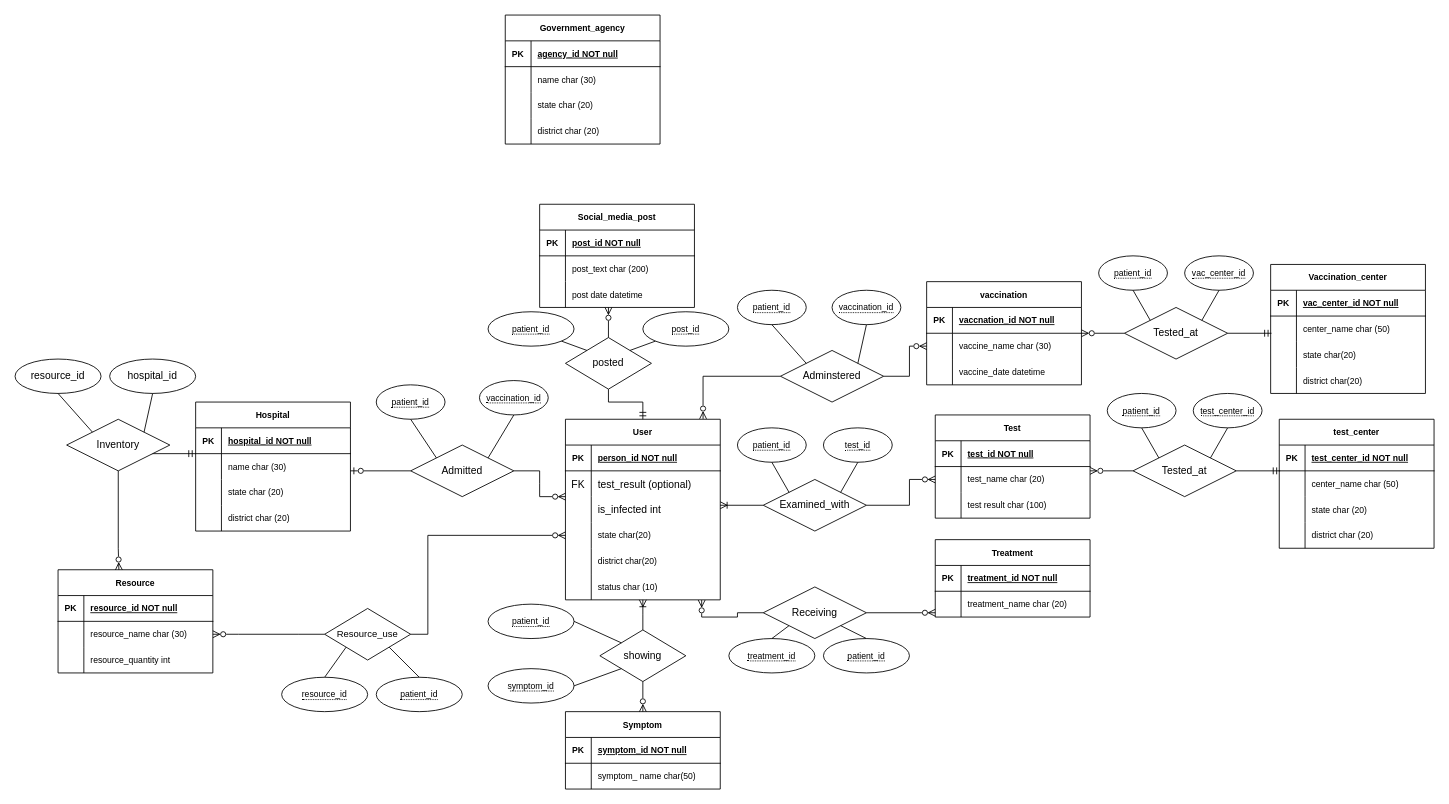
Above: DBMS_Lab/ER.drawio in nespar7/Spring_23 (draw.io), before the change. Source tidied: cells renumbered, new cells numbered last; positions are measured from the earlier drawing's top-left corner, leaving out a move shared by most shapes. Both pictures are drawn from the tidied source at 86%, with x=0, y=0 at pixel (15, 15).
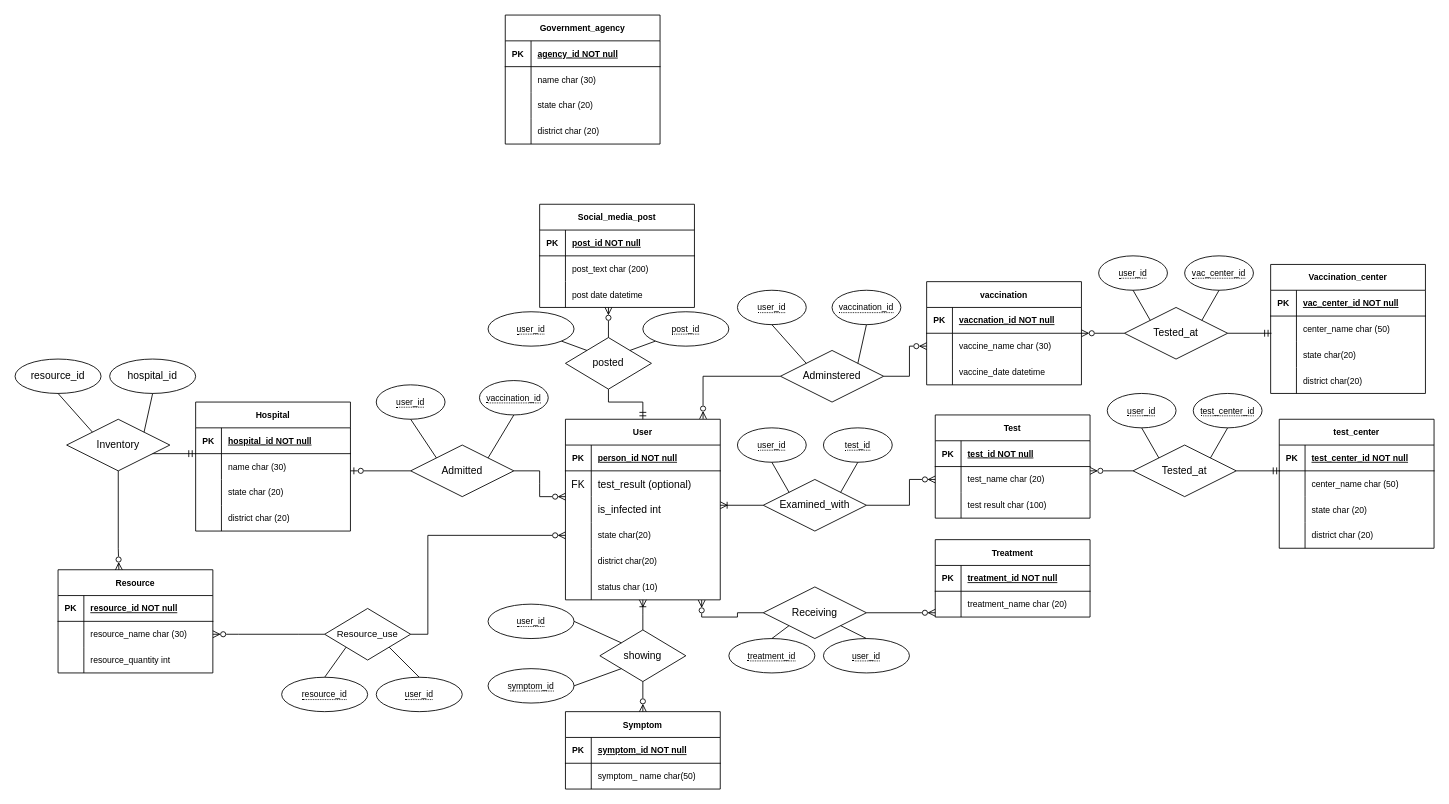
Above is the later version.

Commit message:
changed patient_id to user_id

The edit, as a diff of the source:
```diff
@@
-    <mxCell id="4" value="&lt;span style=&quot;border-bottom: 1px dotted&quot;&gt;patient_id&lt;/span&gt;" style="ellipse;whiteSpace=wrap;html=1;align=center;fontSize=10;" parent="1" vertex="1">
+    <mxCell id="4" value="&lt;span style=&quot;border-bottom: 1px dotted&quot;&gt;user_id&lt;/span&gt;" style="ellipse;whiteSpace=wrap;html=1;align=center;fontSize=10;" parent="1" vertex="1">
       <mxGeometry x="550" y="685" width="100" height="40" as="geometry" />
     </mxCell>
@@
-    <mxCell id="7" value="&lt;span style=&quot;border-bottom: 1px dotted&quot;&gt;patient_id&lt;/span&gt;" style="ellipse;whiteSpace=wrap;html=1;align=center;fontSize=10;rotation=0;" parent="1" vertex="1">
+    <mxCell id="7" value="&lt;span style=&quot;border-bottom: 1px dotted&quot;&gt;user_id&lt;/span&gt;" style="ellipse;whiteSpace=wrap;html=1;align=center;fontSize=10;rotation=0;" parent="1" vertex="1">
       <mxGeometry x="420" y="770" width="100" height="40" as="geometry" />
     </mxCell>
@@
-    <mxCell id="9" value="&lt;span style=&quot;border-bottom: 1px dotted&quot;&gt;patient_id&lt;/span&gt;" style="ellipse;whiteSpace=wrap;html=1;align=center;fontSize=10;rotation=0;" parent="1" vertex="1">
+    <mxCell id="9" value="&lt;span style=&quot;border-bottom: 1px dotted&quot;&gt;user_id&lt;/span&gt;" style="ellipse;whiteSpace=wrap;html=1;align=center;fontSize=10;rotation=0;" parent="1" vertex="1">
       <mxGeometry x="940" y="725" width="100" height="40" as="geometry" />
     </mxCell>
@@
-    <mxCell id="150" value="&lt;span style=&quot;border-bottom: 1px dotted&quot;&gt;patient_id&lt;/span&gt;" style="ellipse;whiteSpace=wrap;html=1;align=center;fontSize=10;rotation=0;" parent="1" vertex="1">
+    <mxCell id="150" value="&lt;span style=&quot;border-bottom: 1px dotted&quot;&gt;user_id&lt;/span&gt;" style="ellipse;whiteSpace=wrap;html=1;align=center;fontSize=10;rotation=0;" parent="1" vertex="1">
       <mxGeometry x="840" y="480" width="80" height="40" as="geometry" />
     </mxCell>
@@
-    <mxCell id="154" value="&lt;span style=&quot;border-bottom: 1px dotted&quot;&gt;patient_id&lt;/span&gt;" style="ellipse;whiteSpace=wrap;html=1;align=center;fontSize=10;rotation=0;" parent="1" vertex="1">
+    <mxCell id="154" value="&lt;span style=&quot;border-bottom: 1px dotted&quot;&gt;user_id&lt;/span&gt;" style="ellipse;whiteSpace=wrap;html=1;align=center;fontSize=10;rotation=0;" parent="1" vertex="1">
       <mxGeometry x="840" y="320" width="80" height="40" as="geometry" />
     </mxCell>
@@
-    <mxCell id="159" value="&lt;span style=&quot;border-bottom: 1px dotted&quot;&gt;patient_id&lt;/span&gt;" style="ellipse;whiteSpace=wrap;html=1;align=center;fontSize=10;rotation=0;" parent="1" vertex="1">
+    <mxCell id="159" value="&lt;span style=&quot;border-bottom: 1px dotted&quot;&gt;user_id&lt;/span&gt;" style="ellipse;whiteSpace=wrap;html=1;align=center;fontSize=10;rotation=0;" parent="1" vertex="1">
       <mxGeometry x="420" y="430" width="80" height="40" as="geometry" />
     </mxCell>
@@
-    <mxCell id="170" value="&lt;span style=&quot;border-bottom: 1px dotted&quot;&gt;patient_id&lt;/span&gt;" style="ellipse;whiteSpace=wrap;html=1;align=center;fontSize=10;rotation=0;" parent="1" vertex="1">
+    <mxCell id="170" value="&lt;span style=&quot;border-bottom: 1px dotted&quot;&gt;user_id&lt;/span&gt;" style="ellipse;whiteSpace=wrap;html=1;align=center;fontSize=10;rotation=0;" parent="1" vertex="1">
       <mxGeometry x="1270" y="440" width="80" height="40" as="geometry" />
     </mxCell>
@@
-    <mxCell id="177" value="&lt;span style=&quot;border-bottom: 1px dotted&quot;&gt;patient_id&lt;/span&gt;" style="ellipse;whiteSpace=wrap;html=1;align=center;fontSize=10;rotation=0;" parent="1" vertex="1">
+    <mxCell id="177" value="&lt;span style=&quot;border-bottom: 1px dotted&quot;&gt;user_id&lt;/span&gt;" style="ellipse;whiteSpace=wrap;html=1;align=center;fontSize=10;rotation=0;" parent="1" vertex="1">
       <mxGeometry x="1260" y="280" width="80" height="40" as="geometry" />
     </mxCell>
@@
-    <mxCell id="192" value="&lt;span style=&quot;border-bottom: 1px dotted&quot;&gt;patient_id&lt;/span&gt;" style="ellipse;whiteSpace=wrap;html=1;align=center;fontSize=10;" parent="1" vertex="1">
+    <mxCell id="192" value="&lt;span style=&quot;border-bottom: 1px dotted&quot;&gt;user_id&lt;/span&gt;" style="ellipse;whiteSpace=wrap;html=1;align=center;fontSize=10;" parent="1" vertex="1">
       <mxGeometry x="550" y="345" width="100" height="40" as="geometry" />
     </mxCell>
```
